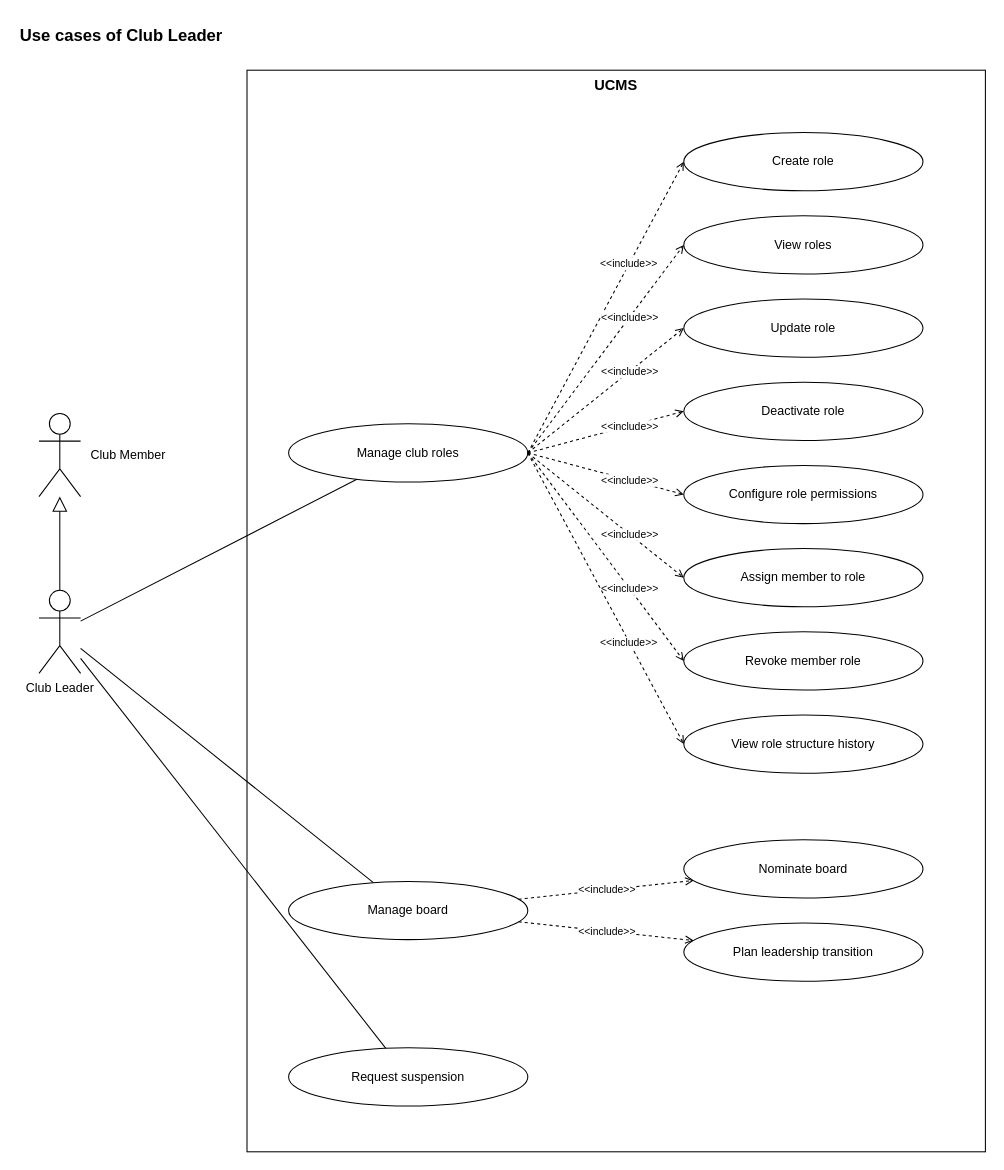
Above: page "Club Leader" (4 of 9) of docs/03-diagrams/UCMS_UseCase_ByActor.drawio in nvdekay/ClubManagementSystem (draw.io), before the change. Source tidied: cells renumbered, new cells numbered last; positions are measured from the earlier drawing's top-left corner, leaving out a move shared by most shapes. Both pictures are drawn from the tidied source at 104%, with x=0, y=0 at pixel (18, 18).
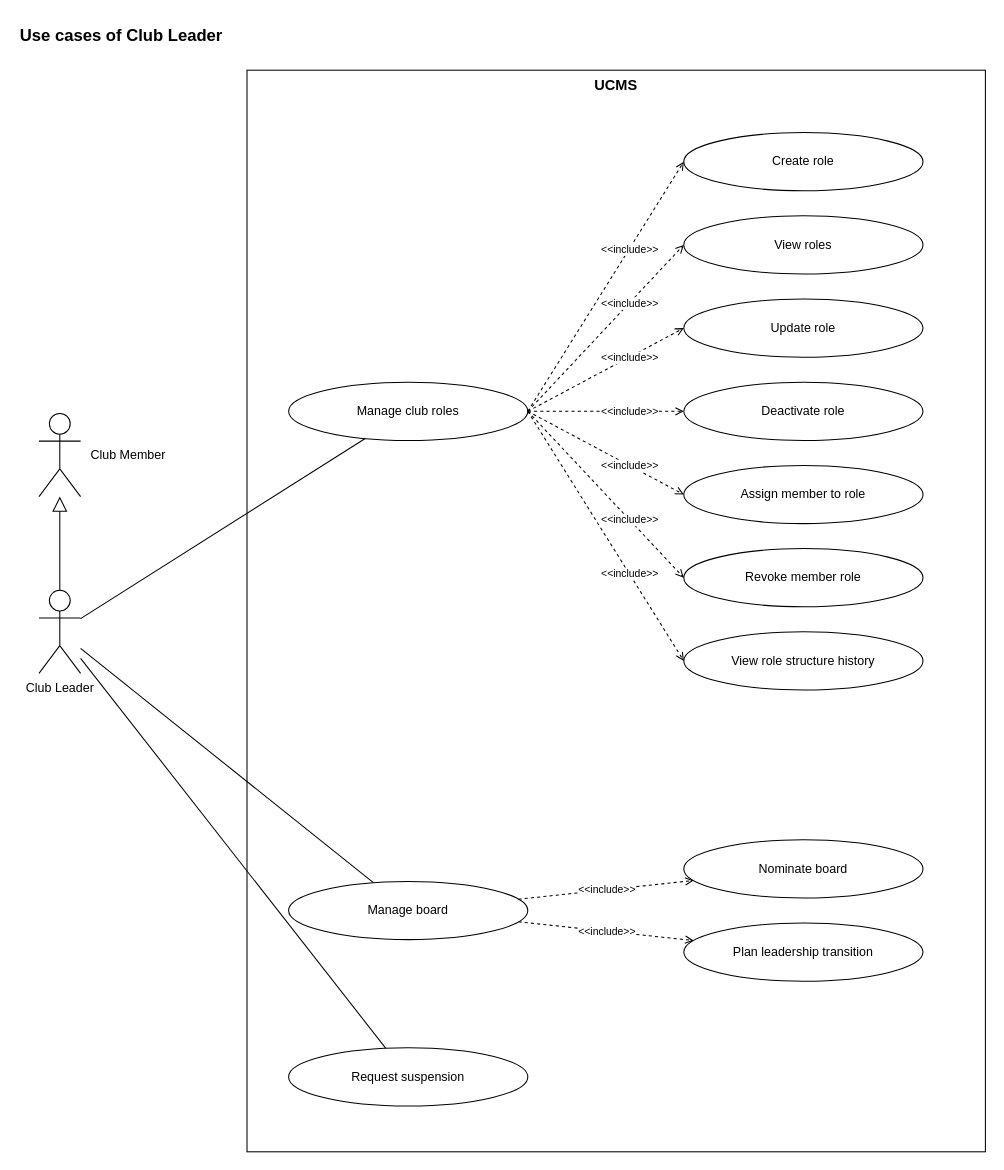
Above is the later version.

Diff of the diagram source:
```diff
@@
     <mxCell id="7" value="Manage club roles" style="ellipse;whiteSpace=wrap;html=1;fillColor=#ffffff;strokeColor=#000000;fontSize=12;" parent="1" vertex="1">
-      <mxGeometry x="260" y="390" width="230" height="56" as="geometry" />
+      <mxGeometry x="260" y="350" width="230" height="56" as="geometry" />
     </mxCell>
@@
-    <mxCell id="17" value="Configure role permissions" style="ellipse;whiteSpace=wrap;html=1;fillColor=#ffffff;strokeColor=#000000;fontSize=12;" parent="1" vertex="1">
-      <mxGeometry x="640" y="430" width="230" height="56" as="geometry" />
-    </mxCell>
-    <mxCell id="18" value="&amp;lt;&amp;lt;include&amp;gt;&amp;gt;" style="endArrow=open;dashed=1;html=1;strokeColor=#000000;fontSize=10;labelBackgroundColor=#ffffff;exitX=1;exitY=0.5;exitDx=0;exitDy=0;entryX=0;entryY=0.5;entryDx=0;entryDy=0;" parent="1" edge="1" source="7" target="17">
-      <mxGeometry x="0.3" relative="1" as="geometry" />
-    </mxCell>
     <mxCell id="19" value="Assign member to role" style="ellipse;whiteSpace=wrap;html=1;fillColor=#ffffff;strokeColor=#000000;fontSize=12;" parent="1" vertex="1">
-      <mxGeometry x="640" y="510" width="230" height="56" as="geometry" />
+      <mxGeometry x="640" y="430" width="230" height="56" as="geometry" />
     </mxCell>
@@
     <mxCell id="21" value="Revoke member role" style="ellipse;whiteSpace=wrap;html=1;fillColor=#ffffff;strokeColor=#000000;fontSize=12;" parent="1" vertex="1">
-      <mxGeometry x="640" y="590" width="230" height="56" as="geometry" />
+      <mxGeometry x="640" y="510" width="230" height="56" as="geometry" />
     </mxCell>
@@
     <mxCell id="23" value="View role structure history" style="ellipse;whiteSpace=wrap;html=1;fillColor=#ffffff;strokeColor=#000000;fontSize=12;" parent="1" vertex="1">
-      <mxGeometry x="640" y="670" width="230" height="56" as="geometry" />
+      <mxGeometry x="640" y="590" width="230" height="56" as="geometry" />
     </mxCell>
```
